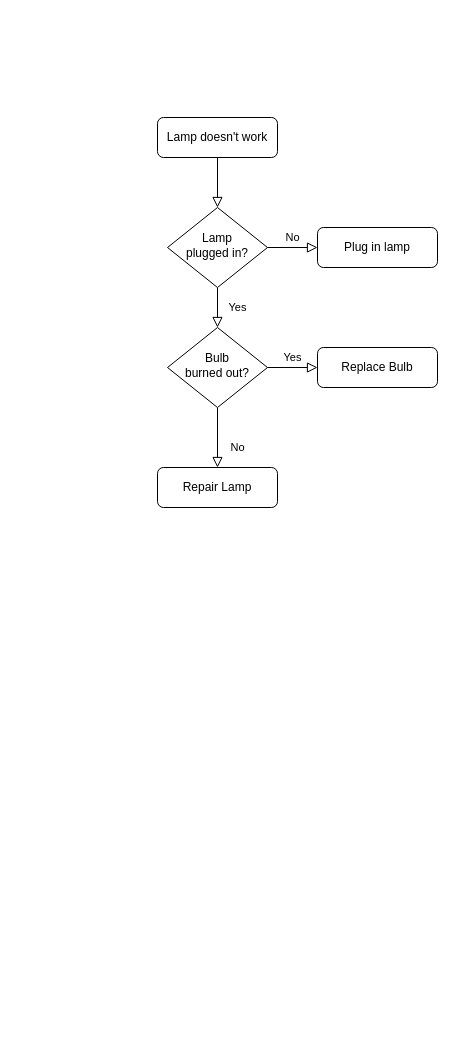
100volts/100volts-desktop keeps this draw.io diagram as documentation/UserLogin.drawio. Above is the earlier version. Source tidied: cells renumbered, new cells numbered last; positions are measured from the earlier drawing's top-left corner, leaving out a move shared by most shapes. Both pictures are drawn from the tidied source at 100%, with x=0, y=0 at pixel (157, 117).
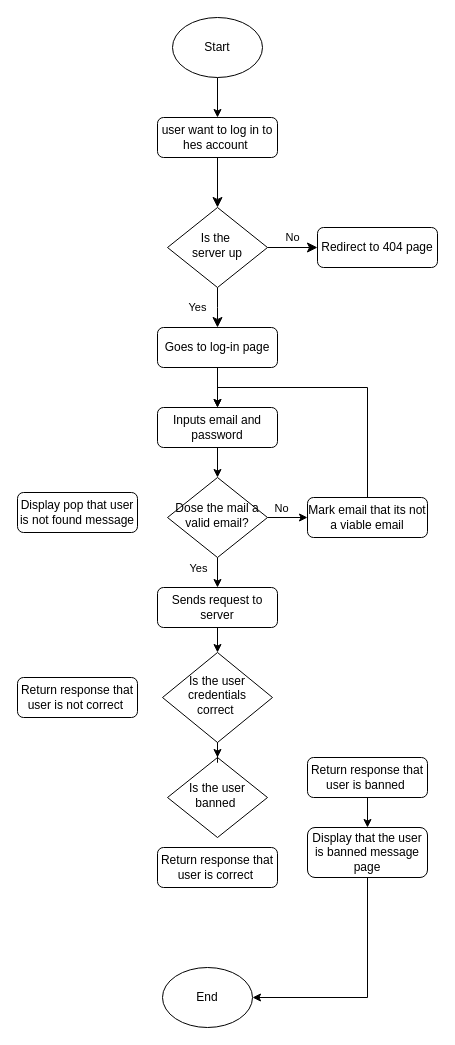
Above is the later version.

The edit, as a diff of the source:
```diff
@@
-    <mxCell id="2" style="rounded=0;html=1;jettySize=auto;fontSize=11;endArrow=block;endFill=0;endSize=8;strokeWidth=1;shadow=0;labelBackgroundColor=none;edgeStyle=orthogonalEdgeStyle;" parent="1" edge="1" source="3" target="6">
+    <mxCell id="2" style="rounded=0;html=1;jettySize=auto;fontSize=11;endArrow=classic;endFill=1;endSize=8;strokeWidth=1;shadow=0;labelBackgroundColor=none;edgeStyle=orthogonalEdgeStyle;" parent="1" edge="1" source="3" target="6">
       <mxGeometry relative="1" as="geometry" />
     </mxCell>
-    <mxCell id="3" value="Lamp doesn't work" style="rounded=1;whiteSpace=wrap;html=1;fontSize=12;glass=0;strokeWidth=1;shadow=0;" parent="1" vertex="1">
+    <mxCell id="3" value="user want to log in to hes account&amp;nbsp;" style="rounded=1;whiteSpace=wrap;html=1;fontSize=12;glass=0;strokeWidth=1;shadow=0;" parent="1" vertex="1">
       <mxGeometry width="120" height="40" as="geometry" />
     </mxCell>
-    <mxCell id="4" value="Yes" style="rounded=0;html=1;jettySize=auto;fontSize=11;endArrow=block;endFill=0;endSize=8;strokeWidth=1;shadow=0;labelBackgroundColor=none;edgeStyle=orthogonalEdgeStyle;" parent="1" edge="1" source="6" target="10">
-      <mxGeometry y="20" relative="1" as="geometry" />
+    <mxCell id="4" value="Yes" style="rounded=0;html=1;jettySize=auto;fontSize=11;endArrow=classic;endFill=1;endSize=8;strokeWidth=1;shadow=0;labelBackgroundColor=none;edgeStyle=orthogonalEdgeStyle;" parent="1" edge="1" source="6">
+      <mxGeometry x="-0.01" y="-20" relative="1" as="geometry">
+        <mxPoint x="60" y="210" as="targetPoint" />
+        <mxPoint x="-20" y="-20" as="offset" />
+      </mxGeometry>
     </mxCell>
-    <mxCell id="5" value="No" style="edgeStyle=orthogonalEdgeStyle;rounded=0;html=1;jettySize=auto;fontSize=11;endArrow=block;endFill=0;endSize=8;strokeWidth=1;shadow=0;labelBackgroundColor=none;" parent="1" edge="1" source="6" target="7">
+    <mxCell id="5" value="No" style="edgeStyle=orthogonalEdgeStyle;rounded=0;html=1;jettySize=auto;fontSize=11;endArrow=classic;endFill=1;endSize=8;strokeWidth=1;shadow=0;labelBackgroundColor=none;" parent="1" edge="1" source="6" target="7">
       <mxGeometry y="10" relative="1" as="geometry" />
     </mxCell>
-    <mxCell id="6" value="Lamp&lt;br&gt;plugged in?" style="rhombus;whiteSpace=wrap;html=1;shadow=0;fontFamily=Helvetica;fontSize=12;align=center;strokeWidth=1;spacing=6;spacingTop=-4;" parent="1" vertex="1">
+    <mxCell id="6" value="Is the&amp;nbsp;&lt;div&gt;server up&lt;/div&gt;" style="rhombus;whiteSpace=wrap;html=1;shadow=0;fontFamily=Helvetica;fontSize=12;align=center;strokeWidth=1;spacing=6;spacingTop=-4;" parent="1" vertex="1">
       <mxGeometry x="10" y="90" width="100" height="80" as="geometry" />
     </mxCell>
-    <mxCell id="7" value="Plug in lamp" style="rounded=1;whiteSpace=wrap;html=1;fontSize=12;glass=0;strokeWidth=1;shadow=0;" parent="1" vertex="1">
+    <mxCell id="7" value="Redirect to 404 page" style="rounded=1;whiteSpace=wrap;html=1;fontSize=12;glass=0;strokeWidth=1;shadow=0;" parent="1" vertex="1">
       <mxGeometry x="160" y="110" width="120" height="40" as="geometry" />
     </mxCell>
+    <mxCell id="13" style="edgeStyle=orthogonalEdgeStyle;rounded=0;jettySize=auto;html=1;entryX=0.5;entryY=0;entryDx=0;entryDy=0;" parent="1" edge="1" source="14" target="3">
+      <mxGeometry relative="1" as="geometry" />
+    </mxCell>
+    <mxCell id="14" value="Start" style="ellipse;whiteSpace=wrap;html=1;" parent="1" vertex="1">
+      <mxGeometry x="15" y="-100" width="90" height="60" as="geometry" />
+    </mxCell>
+    <mxCell id="15" style="edgeStyle=orthogonalEdgeStyle;rounded=0;jettySize=auto;html=1;entryX=0.5;entryY=0;entryDx=0;entryDy=0;" parent="1" edge="1" source="16" target="18">
+      <mxGeometry relative="1" as="geometry" />
+    </mxCell>
+    <mxCell id="16" value="Goes to log-in page" style="rounded=1;whiteSpace=wrap;html=1;fontSize=12;glass=0;strokeWidth=1;shadow=0;" parent="1" vertex="1">
+      <mxGeometry y="210" width="120" height="40" as="geometry" />
+    </mxCell>
+    <mxCell id="17" style="edgeStyle=orthogonalEdgeStyle;rounded=0;jettySize=auto;html=1;entryX=0.5;entryY=0;entryDx=0;entryDy=0;" parent="1" edge="1" source="18" target="24">
+      <mxGeometry relative="1" as="geometry" />
+    </mxCell>
+    <mxCell id="18" value="Inputs email and password" style="rounded=1;whiteSpace=wrap;html=1;fontSize=12;glass=0;strokeWidth=1;shadow=0;" parent="1" vertex="1">
+      <mxGeometry y="290" width="120" height="40" as="geometry" />
+    </mxCell>
+    <mxCell id="19" style="edgeStyle=orthogonalEdgeStyle;rounded=0;jettySize=auto;html=1;entryX=0.5;entryY=0;entryDx=0;entryDy=0;" parent="1" edge="1" source="20" target="33">
+      <mxGeometry relative="1" as="geometry" />
+    </mxCell>
+    <mxCell id="20" value="Sends request to server" style="rounded=1;whiteSpace=wrap;html=1;fontSize=12;glass=0;strokeWidth=1;shadow=0;" parent="1" vertex="1">
+      <mxGeometry y="470" width="120" height="40" as="geometry" />
+    </mxCell>
+    <mxCell id="21" value="Is the user&lt;div&gt;banned&amp;nbsp;&lt;/div&gt;" style="rhombus;whiteSpace=wrap;html=1;shadow=0;fontFamily=Helvetica;fontSize=12;align=center;strokeWidth=1;spacing=6;spacingTop=-4;" parent="1" vertex="1">
+      <mxGeometry x="10" y="640" width="100" height="80" as="geometry" />
+    </mxCell>
+    <mxCell id="22" style="edgeStyle=orthogonalEdgeStyle;rounded=0;jettySize=auto;html=1;entryX=0;entryY=0.5;entryDx=0;entryDy=0;" parent="1" edge="1" source="24" target="26">
+      <mxGeometry relative="1" as="geometry" />
+    </mxCell>
-    <mxCell id="8" value="No" style="rounded=0;html=1;jettySize=auto;fontSize=11;endArrow=block;endFill=0;endSize=8;strokeWidth=1;shadow=0;labelBackgroundColor=none;edgeStyle=orthogonalEdgeStyle;" parent="1" edge="1" source="10" target="11">
-      <mxGeometry x="0.33" y="20" relative="1" as="geometry" />
+    <mxCell id="8" value="No" style="edgeLabel;html=1;align=center;verticalAlign=middle;" parent="22" vertex="1">
+      <mxGeometry x="-0.35" y="3" relative="1" as="geometry">
+        <mxPoint y="-7" as="offset" />
+      </mxGeometry>
     </mxCell>
+    <mxCell id="23" style="edgeStyle=orthogonalEdgeStyle;rounded=0;jettySize=auto;html=1;entryX=0.5;entryY=0;entryDx=0;entryDy=0;" parent="1" edge="1" source="24" target="20">
+      <mxGeometry relative="1" as="geometry" />
+    </mxCell>
-    <mxCell id="9" value="Yes" style="edgeStyle=orthogonalEdgeStyle;rounded=0;html=1;jettySize=auto;fontSize=11;endArrow=block;endFill=0;endSize=8;strokeWidth=1;shadow=0;labelBackgroundColor=none;" parent="1" edge="1" source="10" target="12">
-      <mxGeometry y="10" relative="1" as="geometry" />
+    <mxCell id="9" value="Yes" style="edgeLabel;html=1;align=center;verticalAlign=middle;" parent="23" vertex="1">
+      <mxGeometry x="-0.51" y="-1" relative="1" as="geometry">
+        <mxPoint x="-19" y="-2" as="offset" />
+      </mxGeometry>
     </mxCell>
-    <mxCell id="10" value="Bulb&lt;br&gt;burned out?" style="rhombus;whiteSpace=wrap;html=1;shadow=0;fontFamily=Helvetica;fontSize=12;align=center;strokeWidth=1;spacing=6;spacingTop=-4;" parent="1" vertex="1">
-      <mxGeometry x="10" y="210" width="100" height="80" as="geometry" />
-    </mxCell>
-    <mxCell id="11" value="Repair Lamp" style="rounded=1;whiteSpace=wrap;html=1;fontSize=12;glass=0;strokeWidth=1;shadow=0;" parent="1" vertex="1">
-      <mxGeometry y="350" width="120" height="40" as="geometry" />
-    </mxCell>
-    <mxCell id="12" value="Replace Bulb" style="rounded=1;whiteSpace=wrap;html=1;fontSize=12;glass=0;strokeWidth=1;shadow=0;" parent="1" vertex="1">
-      <mxGeometry x="160" y="230" width="120" height="40" as="geometry" />
-    </mxCell>
+    <mxCell id="24" value="Dose the mail a valid email?" style="rhombus;whiteSpace=wrap;html=1;shadow=0;fontFamily=Helvetica;fontSize=12;align=center;strokeWidth=1;spacing=6;spacingTop=-4;" parent="1" vertex="1">
+      <mxGeometry x="10" y="360" width="100" height="80" as="geometry" />
+    </mxCell>
+    <mxCell id="25" style="edgeStyle=orthogonalEdgeStyle;rounded=0;jettySize=auto;html=1;entryX=0.5;entryY=0;entryDx=0;entryDy=0;" parent="1" edge="1" source="26" target="18">
+      <mxGeometry relative="1" as="geometry">
+        <Array as="points">
+          <mxPoint x="210" y="270" />
+          <mxPoint x="60" y="270" />
+        </Array>
+      </mxGeometry>
+    </mxCell>
+    <mxCell id="26" value="Mark email that its not a viable email" style="rounded=1;whiteSpace=wrap;html=1;fontSize=12;glass=0;strokeWidth=1;shadow=0;" parent="1" vertex="1">
+      <mxGeometry x="150" y="380" width="120" height="40" as="geometry" />
+    </mxCell>
+    <mxCell id="27" style="edgeStyle=orthogonalEdgeStyle;rounded=0;jettySize=auto;html=1;entryX=0.5;entryY=0;entryDx=0;entryDy=0;" parent="1" edge="1" source="28" target="30">
+      <mxGeometry relative="1" as="geometry" />
+    </mxCell>
+    <mxCell id="28" value="Return response that user is banned&amp;nbsp;" style="rounded=1;whiteSpace=wrap;html=1;fontSize=12;glass=0;strokeWidth=1;shadow=0;" parent="1" vertex="1">
+      <mxGeometry x="150" y="640" width="120" height="40" as="geometry" />
+    </mxCell>
+    <mxCell id="29" style="edgeStyle=orthogonalEdgeStyle;rounded=0;jettySize=auto;html=1;entryX=1;entryY=0.5;entryDx=0;entryDy=0;" parent="1" edge="1" source="30" target="31">
+      <mxGeometry relative="1" as="geometry">
+        <Array as="points">
+          <mxPoint x="210" y="880" />
+        </Array>
+      </mxGeometry>
+    </mxCell>
+    <mxCell id="30" value="Display that the user is banned message page" style="rounded=1;whiteSpace=wrap;html=1;fontSize=12;glass=0;strokeWidth=1;shadow=0;" parent="1" vertex="1">
+      <mxGeometry x="150" y="710" width="120" height="50" as="geometry" />
+    </mxCell>
+    <mxCell id="31" value="End" style="ellipse;whiteSpace=wrap;html=1;" parent="1" vertex="1">
+      <mxGeometry x="5" y="850" width="90" height="60" as="geometry" />
+    </mxCell>
+    <mxCell id="32" style="edgeStyle=orthogonalEdgeStyle;rounded=0;jettySize=auto;html=1;entryX=0.5;entryY=0;entryDx=0;entryDy=0;" parent="1" edge="1" source="33" target="21">
+      <mxGeometry relative="1" as="geometry" />
+    </mxCell>
+    <mxCell id="33" value="Is the user&lt;div&gt;credentials correct&amp;nbsp;&lt;/div&gt;" style="rhombus;whiteSpace=wrap;html=1;shadow=0;fontFamily=Helvetica;fontSize=12;align=center;strokeWidth=1;spacing=6;spacingTop=-4;" parent="1" vertex="1">
+      <mxGeometry x="5" y="535" width="110" height="90" as="geometry" />
+    </mxCell>
+    <mxCell id="34" value="Return response that user is not correct&amp;nbsp;" style="rounded=1;whiteSpace=wrap;html=1;fontSize=12;glass=0;strokeWidth=1;shadow=0;" parent="1" vertex="1">
+      <mxGeometry x="-140" y="560" width="120" height="40" as="geometry" />
+    </mxCell>
+    <mxCell id="35" value="Display pop that user is not found message" style="rounded=1;whiteSpace=wrap;html=1;fontSize=12;glass=0;strokeWidth=1;shadow=0;" parent="1" vertex="1">
+      <mxGeometry x="-140" y="375" width="120" height="40" as="geometry" />
+    </mxCell>
+    <mxCell id="36" value="Return response that user is correct&amp;nbsp;" style="rounded=1;whiteSpace=wrap;html=1;fontSize=12;glass=0;strokeWidth=1;shadow=0;" parent="1" vertex="1">
+      <mxGeometry y="730" width="120" height="40" as="geometry" />
+    </mxCell>
```
